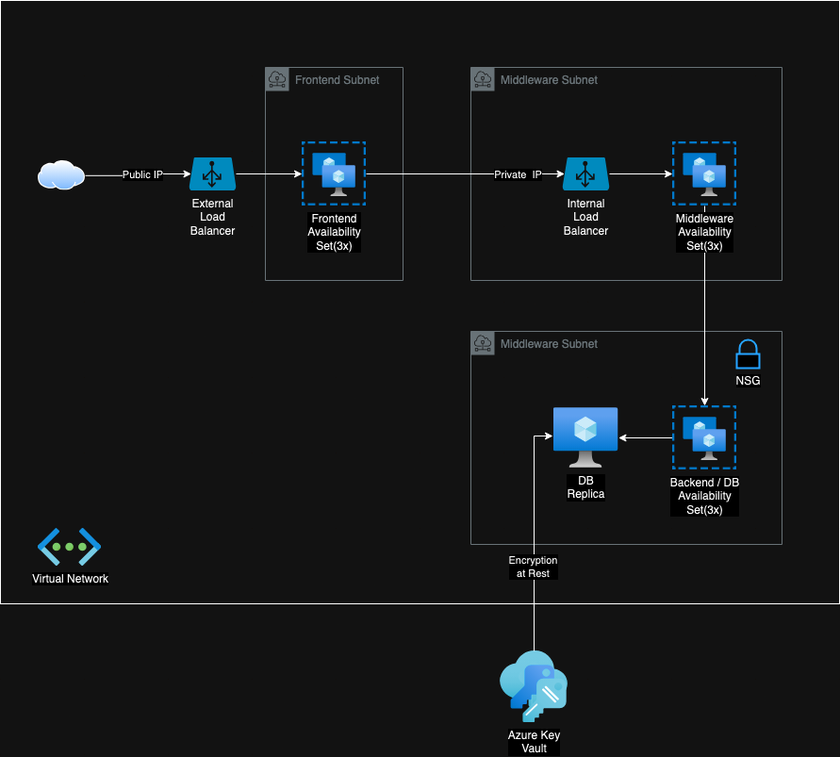
Before: diagrams/3-tier-azure-cloud-architecture.drawio.png, a diagram exported from draw.io (daniel-vera-g/cloud-architecture). Source tidied: cells renumbered, new cells last; positions are measured from the earlier drawing's top-left corner, leaving out a move shared by most shapes. Source of this version:
```xml
<mxGraphModel>
  <root>
    <mxCell id="0" />
    <mxCell id="1" parent="0" />
    <mxCell id="2" style="whiteSpace=wrap;html=1;glass=0;fillColor=none;" parent="1" vertex="1">
      <mxGeometry width="890" height="640" as="geometry" />
    </mxCell>
    <mxCell id="3" value="Middleware Subnet" style="sketch=0;gradientColor=none;html=1;whiteSpace=wrap;fontSize=12;fontStyle=0;shape=mxgraph.aws4.group;grIcon=mxgraph.aws4.group_subnet;strokeColor=#879196;fillColor=none;verticalAlign=top;align=left;spacingLeft=30;fontColor=#879196;dashed=0;" parent="1" vertex="1">
      <mxGeometry x="499" y="351" width="330" height="226" as="geometry" />
    </mxCell>
    <mxCell id="4" value="Middleware Subnet" style="sketch=0;gradientColor=none;html=1;whiteSpace=wrap;fontSize=12;fontStyle=0;shape=mxgraph.aws4.group;grIcon=mxgraph.aws4.group_subnet;strokeColor=#879196;fillColor=none;verticalAlign=top;align=left;spacingLeft=30;fontColor=#879196;dashed=0;" parent="1" vertex="1">
      <mxGeometry x="499" y="71" width="330" height="226" as="geometry" />
    </mxCell>
    <mxCell id="5" value="Frontend Subnet" style="sketch=0;gradientColor=none;html=1;whiteSpace=wrap;fontSize=12;fontStyle=0;shape=mxgraph.aws4.group;grIcon=mxgraph.aws4.group_subnet;strokeColor=#879196;fillColor=none;verticalAlign=top;align=left;spacingLeft=30;fontColor=#879196;dashed=0;" parent="1" vertex="1">
      <mxGeometry x="281" y="71" width="146" height="226" as="geometry" />
    </mxCell>
    <mxCell id="6" style="image;perimeter=ellipsePerimeter;html=1;align=center;shadow=0;dashed=0;spacingTop=3;image=img/lib/active_directory/internet_cloud.svg;" parent="1" vertex="1">
      <mxGeometry x="40" y="170" width="50" height="31.5" as="geometry" />
    </mxCell>
    <mxCell id="7" style="edgeStyle=orthogonalEdgeStyle;rounded=0;jettySize=auto;html=1;" parent="1" edge="1" source="8" target="11">
      <mxGeometry relative="1" as="geometry" />
    </mxCell>
    <mxCell id="8" value="External&lt;br&gt;Load&lt;br&gt;Balancer" style="verticalLabelPosition=bottom;html=1;verticalAlign=top;align=center;strokeColor=none;fillColor=#00BEF2;shape=mxgraph.azure.azure_load_balancer;" parent="1" vertex="1">
      <mxGeometry x="200" y="166.5" width="50" height="35" as="geometry" />
    </mxCell>
    <mxCell id="9" style="edgeStyle=orthogonalEdgeStyle;rounded=0;jettySize=auto;html=1;entryX=0.05;entryY=0.5;entryDx=0;entryDy=0;entryPerimeter=0;" parent="1" edge="1" source="6" target="8">
      <mxGeometry relative="1" as="geometry" />
    </mxCell>
    <mxCell id="10" value="Public IP" style="edgeLabel;html=1;align=center;verticalAlign=middle;" parent="9" vertex="1">
      <mxGeometry x="0.7" y="-2" relative="1" as="geometry">
        <mxPoint x="-35" y="-2" as="offset" />
      </mxGeometry>
    </mxCell>
    <mxCell id="11" value="Frontend&lt;br&gt;Availability&lt;br&gt;Set(3x)" style="image;html=1;points=[];align=center;fontSize=12;image=img/lib/azure2/compute/Availability_Sets.svg;" parent="1" vertex="1">
      <mxGeometry x="320" y="150" width="68" height="68" as="geometry" />
    </mxCell>
    <mxCell id="12" value="Virtual Network" style="image;html=1;align=center;fontSize=12;image=img/lib/azure2/networking/Virtual_Networks.svg;" parent="1" vertex="1">
      <mxGeometry x="40" y="560" width="67" height="40" as="geometry" />
    </mxCell>
    <mxCell id="13" style="edgeStyle=orthogonalEdgeStyle;rounded=0;jettySize=auto;html=1;" parent="1" edge="1" source="14" target="20">
      <mxGeometry relative="1" as="geometry" />
    </mxCell>
    <mxCell id="14" value="Middleware&lt;br&gt;Availability&lt;br&gt;Set(3x)" style="image;html=1;points=[];align=center;fontSize=12;image=img/lib/azure2/compute/Availability_Sets.svg;" parent="1" vertex="1">
      <mxGeometry x="713" y="150" width="68" height="68" as="geometry" />
    </mxCell>
    <mxCell id="15" style="edgeStyle=orthogonalEdgeStyle;rounded=0;jettySize=auto;html=1;" parent="1" edge="1" source="16" target="14">
      <mxGeometry relative="1" as="geometry" />
    </mxCell>
    <mxCell id="16" value="Internal&lt;br&gt;Load&lt;br&gt;Balancer" style="verticalLabelPosition=bottom;html=1;verticalAlign=top;align=center;strokeColor=none;fillColor=#00BEF2;shape=mxgraph.azure.azure_load_balancer;" parent="1" vertex="1">
      <mxGeometry x="596" y="166.5" width="50" height="35" as="geometry" />
    </mxCell>
    <mxCell id="17" style="edgeStyle=orthogonalEdgeStyle;rounded=0;jettySize=auto;html=1;entryX=0.05;entryY=0.5;entryDx=0;entryDy=0;entryPerimeter=0;" parent="1" edge="1" source="11" target="16">
      <mxGeometry relative="1" as="geometry" />
    </mxCell>
    <mxCell id="18" value="Private&amp;nbsp; IP" style="edgeLabel;html=1;align=center;verticalAlign=middle;" parent="17" vertex="1">
      <mxGeometry x="0.37" y="-3" relative="1" as="geometry">
        <mxPoint x="16" y="-3" as="offset" />
      </mxGeometry>
    </mxCell>
    <mxCell id="19" style="edgeStyle=orthogonalEdgeStyle;rounded=0;jettySize=auto;html=1;" parent="1" edge="1" source="20" target="21">
      <mxGeometry relative="1" as="geometry" />
    </mxCell>
    <mxCell id="20" value="Backend / DB&lt;br&gt;Availability&lt;br&gt;Set(3x)" style="image;html=1;points=[];align=center;fontSize=12;image=img/lib/azure2/compute/Availability_Sets.svg;" parent="1" vertex="1">
      <mxGeometry x="713" y="430" width="68" height="68" as="geometry" />
    </mxCell>
    <mxCell id="21" value="DB&lt;br&gt;Replica" style="image;html=1;points=[];align=center;fontSize=12;image=img/lib/azure2/compute/Virtual_Machine.svg;" parent="1" vertex="1">
      <mxGeometry x="586.5" y="432" width="69" height="64" as="geometry" />
    </mxCell>
    <mxCell id="22" value="NSG" style="html=1;verticalLabelPosition=bottom;align=center;labelBackgroundColor=#ffffff;verticalAlign=top;strokeWidth=2;strokeColor=#0080F0;shadow=0;dashed=0;shape=mxgraph.ios7.icons.locked;" parent="1" vertex="1">
      <mxGeometry x="781" y="360" width="24" height="30" as="geometry" />
    </mxCell>
    <mxCell id="23" value="Azure Key&lt;br&gt;Vault" style="image;html=1;points=[];align=center;fontSize=12;image=img/lib/azure2/security/Keys.svg;" parent="1" vertex="1">
      <mxGeometry x="530" y="690" width="72" height="76" as="geometry" />
    </mxCell>
    <mxCell id="24" style="edgeStyle=orthogonalEdgeStyle;rounded=0;jettySize=auto;html=1;entryX=-0.007;entryY=0.469;entryDx=0;entryDy=0;entryPerimeter=0;" parent="1" edge="1" source="23" target="21">
      <mxGeometry relative="1" as="geometry" />
    </mxCell>
    <mxCell id="25" value="Encryption&lt;br&gt;at Rest" style="edgeLabel;html=1;align=center;verticalAlign=middle;" parent="24" vertex="1">
      <mxGeometry x="-0.27" y="2" relative="1" as="geometry" />
    </mxCell>
  </root>
</mxGraphModel>
```
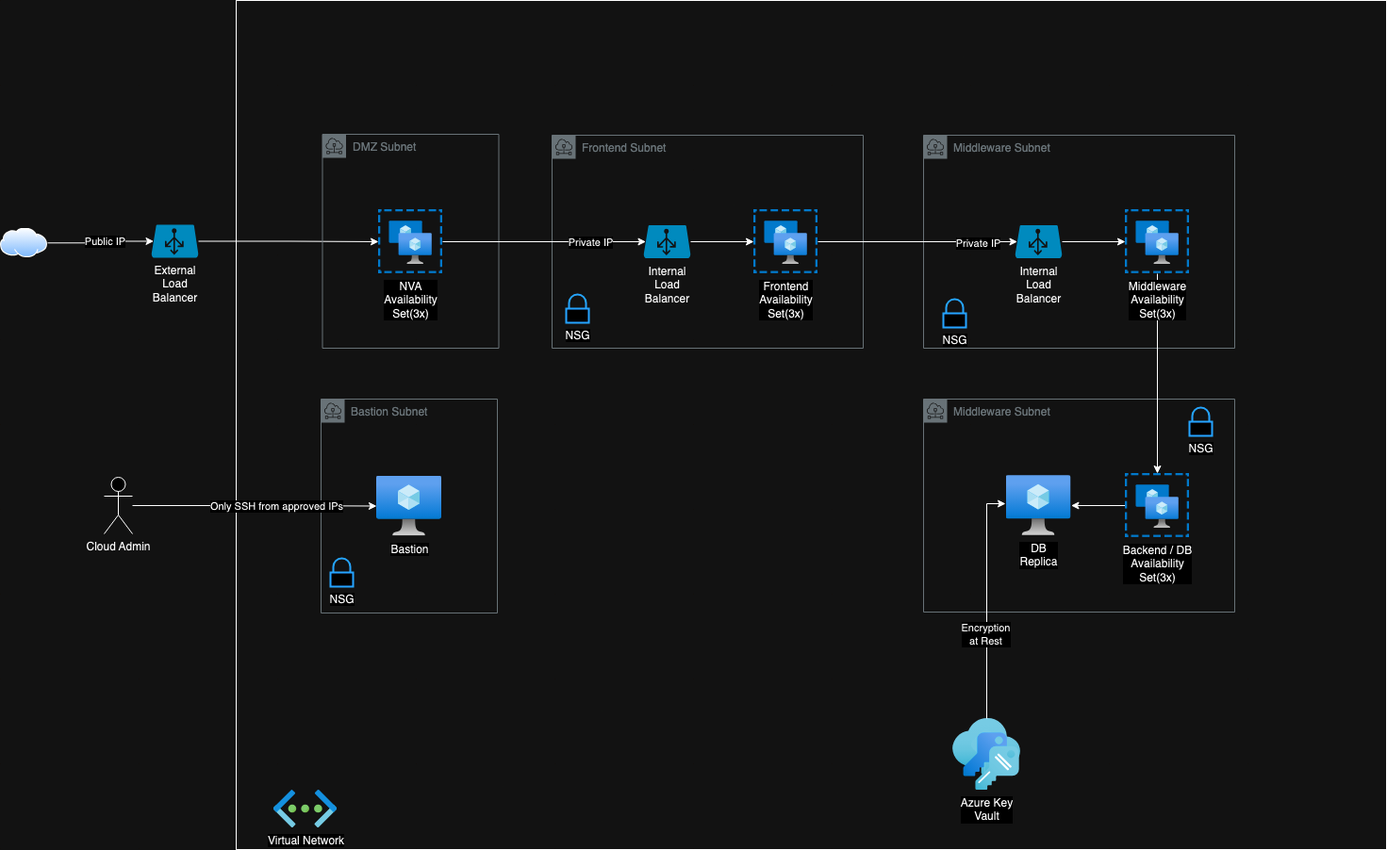
Above is the later version.

Diff of the diagram source:
```diff
@@ -3,7 +3,7 @@
     <mxCell id="0" />
     <mxCell id="1" parent="0" />
     <mxCell id="2" style="whiteSpace=wrap;html=1;glass=0;fillColor=none;" parent="1" vertex="1">
-      <mxGeometry width="890" height="640" as="geometry" />
+      <mxGeometry x="-230" y="-72" width="1220" height="901" as="geometry" />
     </mxCell>
     <mxCell id="3" value="Middleware Subnet" style="sketch=0;gradientColor=none;html=1;whiteSpace=wrap;fontSize=12;fontStyle=0;shape=mxgraph.aws4.group;grIcon=mxgraph.aws4.group_subnet;strokeColor=#879196;fillColor=none;verticalAlign=top;align=left;spacingLeft=30;fontColor=#879196;dashed=0;" parent="1" vertex="1">
       <mxGeometry x="499" y="351" width="330" height="226" as="geometry" />
@@ -11,17 +11,14 @@
     <mxCell id="4" value="Middleware Subnet" style="sketch=0;gradientColor=none;html=1;whiteSpace=wrap;fontSize=12;fontStyle=0;shape=mxgraph.aws4.group;grIcon=mxgraph.aws4.group_subnet;strokeColor=#879196;fillColor=none;verticalAlign=top;align=left;spacingLeft=30;fontColor=#879196;dashed=0;" parent="1" vertex="1">
       <mxGeometry x="499" y="71" width="330" height="226" as="geometry" />
     </mxCell>
-    <mxCell id="5" value="Frontend Subnet" style="sketch=0;gradientColor=none;html=1;whiteSpace=wrap;fontSize=12;fontStyle=0;shape=mxgraph.aws4.group;grIcon=mxgraph.aws4.group_subnet;strokeColor=#879196;fillColor=none;verticalAlign=top;align=left;spacingLeft=30;fontColor=#879196;dashed=0;" parent="1" vertex="1">
-      <mxGeometry x="281" y="71" width="146" height="226" as="geometry" />
-    </mxCell>
     <mxCell id="6" style="image;perimeter=ellipsePerimeter;html=1;align=center;shadow=0;dashed=0;spacingTop=3;image=img/lib/active_directory/internet_cloud.svg;" parent="1" vertex="1">
-      <mxGeometry x="40" y="170" width="50" height="31.5" as="geometry" />
+      <mxGeometry x="-480" y="169.5" width="50" height="31.5" as="geometry" />
     </mxCell>
-    <mxCell id="7" style="edgeStyle=orthogonalEdgeStyle;rounded=0;jettySize=auto;html=1;" parent="1" edge="1" source="8" target="11">
-      <mxGeometry relative="1" as="geometry" />
-    </mxCell>
+    <mxCell id="26" style="edgeStyle=orthogonalEdgeStyle;rounded=0;jettySize=auto;html=1;" parent="1" edge="1" source="8" target="31">
+      <mxGeometry relative="1" as="geometry" />
+    </mxCell>
     <mxCell id="8" value="External&lt;br&gt;Load&lt;br&gt;Balancer" style="verticalLabelPosition=bottom;html=1;verticalAlign=top;align=center;strokeColor=none;fillColor=#00BEF2;shape=mxgraph.azure.azure_load_balancer;" parent="1" vertex="1">
-      <mxGeometry x="200" y="166.5" width="50" height="35" as="geometry" />
+      <mxGeometry x="-320" y="166" width="50" height="35" as="geometry" />
     </mxCell>
     <mxCell id="9" style="edgeStyle=orthogonalEdgeStyle;rounded=0;jettySize=auto;html=1;entryX=0.05;entryY=0.5;entryDx=0;entryDy=0;entryPerimeter=0;" parent="1" edge="1" source="6" target="8">
       <mxGeometry relative="1" as="geometry" />
@@ -31,11 +28,8 @@
         <mxPoint x="-35" y="-2" as="offset" />
       </mxGeometry>
     </mxCell>
-    <mxCell id="11" value="Frontend&lt;br&gt;Availability&lt;br&gt;Set(3x)" style="image;html=1;points=[];align=center;fontSize=12;image=img/lib/azure2/compute/Availability_Sets.svg;" parent="1" vertex="1">
-      <mxGeometry x="320" y="150" width="68" height="68" as="geometry" />
-    </mxCell>
     <mxCell id="12" value="Virtual Network" style="image;html=1;align=center;fontSize=12;image=img/lib/azure2/networking/Virtual_Networks.svg;" parent="1" vertex="1">
-      <mxGeometry x="40" y="560" width="67" height="40" as="geometry" />
+      <mxGeometry x="-190" y="766" width="67" height="40" as="geometry" />
     </mxCell>
     <mxCell id="13" style="edgeStyle=orthogonalEdgeStyle;rounded=0;jettySize=auto;html=1;" parent="1" edge="1" source="14" target="20">
       <mxGeometry relative="1" as="geometry" />
@@ -49,14 +43,6 @@
     <mxCell id="16" value="Internal&lt;br&gt;Load&lt;br&gt;Balancer" style="verticalLabelPosition=bottom;html=1;verticalAlign=top;align=center;strokeColor=none;fillColor=#00BEF2;shape=mxgraph.azure.azure_load_balancer;" parent="1" vertex="1">
       <mxGeometry x="596" y="166.5" width="50" height="35" as="geometry" />
     </mxCell>
-    <mxCell id="17" style="edgeStyle=orthogonalEdgeStyle;rounded=0;jettySize=auto;html=1;entryX=0.05;entryY=0.5;entryDx=0;entryDy=0;entryPerimeter=0;" parent="1" edge="1" source="11" target="16">
-      <mxGeometry relative="1" as="geometry" />
-    </mxCell>
-    <mxCell id="18" value="Private&amp;nbsp; IP" style="edgeLabel;html=1;align=center;verticalAlign=middle;" parent="17" vertex="1">
-      <mxGeometry x="0.37" y="-3" relative="1" as="geometry">
-        <mxPoint x="16" y="-3" as="offset" />
-      </mxGeometry>
-    </mxCell>
     <mxCell id="19" style="edgeStyle=orthogonalEdgeStyle;rounded=0;jettySize=auto;html=1;" parent="1" edge="1" source="20" target="21">
       <mxGeometry relative="1" as="geometry" />
     </mxCell>
@@ -78,5 +64,63 @@
     <mxCell id="25" value="Encryption&lt;br&gt;at Rest" style="edgeLabel;html=1;align=center;verticalAlign=middle;" parent="24" vertex="1">
       <mxGeometry x="-0.27" y="2" relative="1" as="geometry" />
     </mxCell>
+    <mxCell id="5" value="Frontend Subnet" style="sketch=0;gradientColor=none;html=1;whiteSpace=wrap;fontSize=12;fontStyle=0;shape=mxgraph.aws4.group;grIcon=mxgraph.aws4.group_subnet;strokeColor=#879196;fillColor=none;verticalAlign=top;align=left;spacingLeft=30;fontColor=#879196;dashed=0;" parent="1" vertex="1">
+      <mxGeometry x="105" y="71" width="330" height="226" as="geometry" />
+    </mxCell>
+    <mxCell id="11" value="&lt;div&gt;Frontend&lt;/div&gt;&lt;div&gt;Availability&lt;/div&gt;&lt;div&gt;Set(3x)&lt;/div&gt;" style="image;html=1;points=[];align=center;fontSize=12;image=img/lib/azure2/compute/Availability_Sets.svg;" parent="1" vertex="1">
+      <mxGeometry x="319" y="150" width="68" height="68" as="geometry" />
+    </mxCell>
+    <mxCell id="27" style="edgeStyle=orthogonalEdgeStyle;rounded=0;jettySize=auto;html=1;" parent="1" edge="1" source="28" target="11">
+      <mxGeometry relative="1" as="geometry" />
+    </mxCell>
+    <mxCell id="28" value="Internal&lt;br&gt;Load&lt;br&gt;Balancer" style="verticalLabelPosition=bottom;html=1;verticalAlign=top;align=center;strokeColor=none;fillColor=#00BEF2;shape=mxgraph.azure.azure_load_balancer;" parent="1" vertex="1">
+      <mxGeometry x="202" y="166.5" width="50" height="35" as="geometry" />
+    </mxCell>
+    <mxCell id="17" style="edgeStyle=orthogonalEdgeStyle;rounded=0;jettySize=auto;html=1;entryX=0.05;entryY=0.5;entryDx=0;entryDy=0;entryPerimeter=0;" parent="1" edge="1" source="11" target="16">
+      <mxGeometry relative="1" as="geometry" />
+    </mxCell>
+    <mxCell id="29" value="Private IP" style="edgeLabel;html=1;align=center;verticalAlign=middle;" parent="17" vertex="1">
+      <mxGeometry x="0.6" y="-1" relative="1" as="geometry" />
+    </mxCell>
+    <mxCell id="30" value="DMZ Subnet" style="sketch=0;gradientColor=none;html=1;whiteSpace=wrap;fontSize=12;fontStyle=0;shape=mxgraph.aws4.group;grIcon=mxgraph.aws4.group_subnet;strokeColor=#879196;fillColor=none;verticalAlign=top;align=left;spacingLeft=30;fontColor=#879196;dashed=0;" parent="1" vertex="1">
+      <mxGeometry x="-138.5" y="70" width="187" height="227" as="geometry" />
+    </mxCell>
+    <mxCell id="31" value="&lt;div&gt;NVA&lt;/div&gt;&lt;div&gt;Availability&lt;/div&gt;&lt;div&gt;Set(3x)&lt;/div&gt;" style="image;html=1;points=[];align=center;fontSize=12;image=img/lib/azure2/compute/Availability_Sets.svg;" parent="1" vertex="1">
+      <mxGeometry x="-79" y="150" width="68" height="68" as="geometry" />
+    </mxCell>
+    <mxCell id="32" style="edgeStyle=orthogonalEdgeStyle;rounded=0;jettySize=auto;html=1;entryX=0.05;entryY=0.5;entryDx=0;entryDy=0;entryPerimeter=0;" parent="1" edge="1" source="31" target="28">
+      <mxGeometry relative="1" as="geometry" />
+    </mxCell>
+    <mxCell id="33" value="Private IP" style="edgeLabel;html=1;align=center;verticalAlign=middle;" parent="32" vertex="1">
+      <mxGeometry x="0.73" y="-1" relative="1" as="geometry">
+        <mxPoint x="-30" y="-1" as="offset" />
+      </mxGeometry>
+    </mxCell>
+    <mxCell id="34" value="NSG" style="html=1;verticalLabelPosition=bottom;align=center;labelBackgroundColor=#ffffff;verticalAlign=top;strokeWidth=2;strokeColor=#0080F0;shadow=0;dashed=0;shape=mxgraph.ios7.icons.locked;" parent="1" vertex="1">
+      <mxGeometry x="520" y="245" width="24" height="30" as="geometry" />
+    </mxCell>
+    <mxCell id="35" value="NSG" style="html=1;verticalLabelPosition=bottom;align=center;labelBackgroundColor=#ffffff;verticalAlign=top;strokeWidth=2;strokeColor=#0080F0;shadow=0;dashed=0;shape=mxgraph.ios7.icons.locked;" parent="1" vertex="1">
+      <mxGeometry x="120" y="240" width="24" height="30" as="geometry" />
+    </mxCell>
+    <mxCell id="36" value="Bastion Subnet" style="sketch=0;gradientColor=none;html=1;whiteSpace=wrap;fontSize=12;fontStyle=0;shape=mxgraph.aws4.group;grIcon=mxgraph.aws4.group_subnet;strokeColor=#879196;fillColor=none;verticalAlign=top;align=left;spacingLeft=30;fontColor=#879196;dashed=0;" parent="1" vertex="1">
+      <mxGeometry x="-140" y="351" width="187" height="227" as="geometry" />
+    </mxCell>
+    <mxCell id="37" value="Bastion" style="image;html=1;points=[];align=center;fontSize=12;image=img/lib/azure2/compute/Virtual_Machine.svg;" parent="1" vertex="1">
+      <mxGeometry x="-81" y="432.5" width="69" height="64" as="geometry" />
+    </mxCell>
+    <mxCell id="38" style="edgeStyle=orthogonalEdgeStyle;rounded=0;jettySize=auto;html=1;" parent="1" edge="1" source="40" target="37">
+      <mxGeometry relative="1" as="geometry" />
+    </mxCell>
+    <mxCell id="39" value="Only SSH from approved IPs" style="edgeLabel;html=1;align=center;verticalAlign=middle;" parent="38" vertex="1">
+      <mxGeometry x="0.18" y="1" relative="1" as="geometry">
+        <mxPoint x="1" y="1" as="offset" />
+      </mxGeometry>
+    </mxCell>
+    <mxCell id="40" value="Cloud Admin" style="shape=umlActor;verticalLabelPosition=bottom;verticalAlign=top;html=1;outlineConnect=0;" parent="1" vertex="1">
+      <mxGeometry x="-370" y="434" width="30" height="60" as="geometry" />
+    </mxCell>
+    <mxCell id="41" value="NSG" style="html=1;verticalLabelPosition=bottom;align=center;labelBackgroundColor=#ffffff;verticalAlign=top;strokeWidth=2;strokeColor=#0080F0;shadow=0;dashed=0;shape=mxgraph.ios7.icons.locked;" parent="1" vertex="1">
+      <mxGeometry x="-130" y="520" width="24" height="30" as="geometry" />
+    </mxCell>
   </root>
 </mxGraphModel>
```
